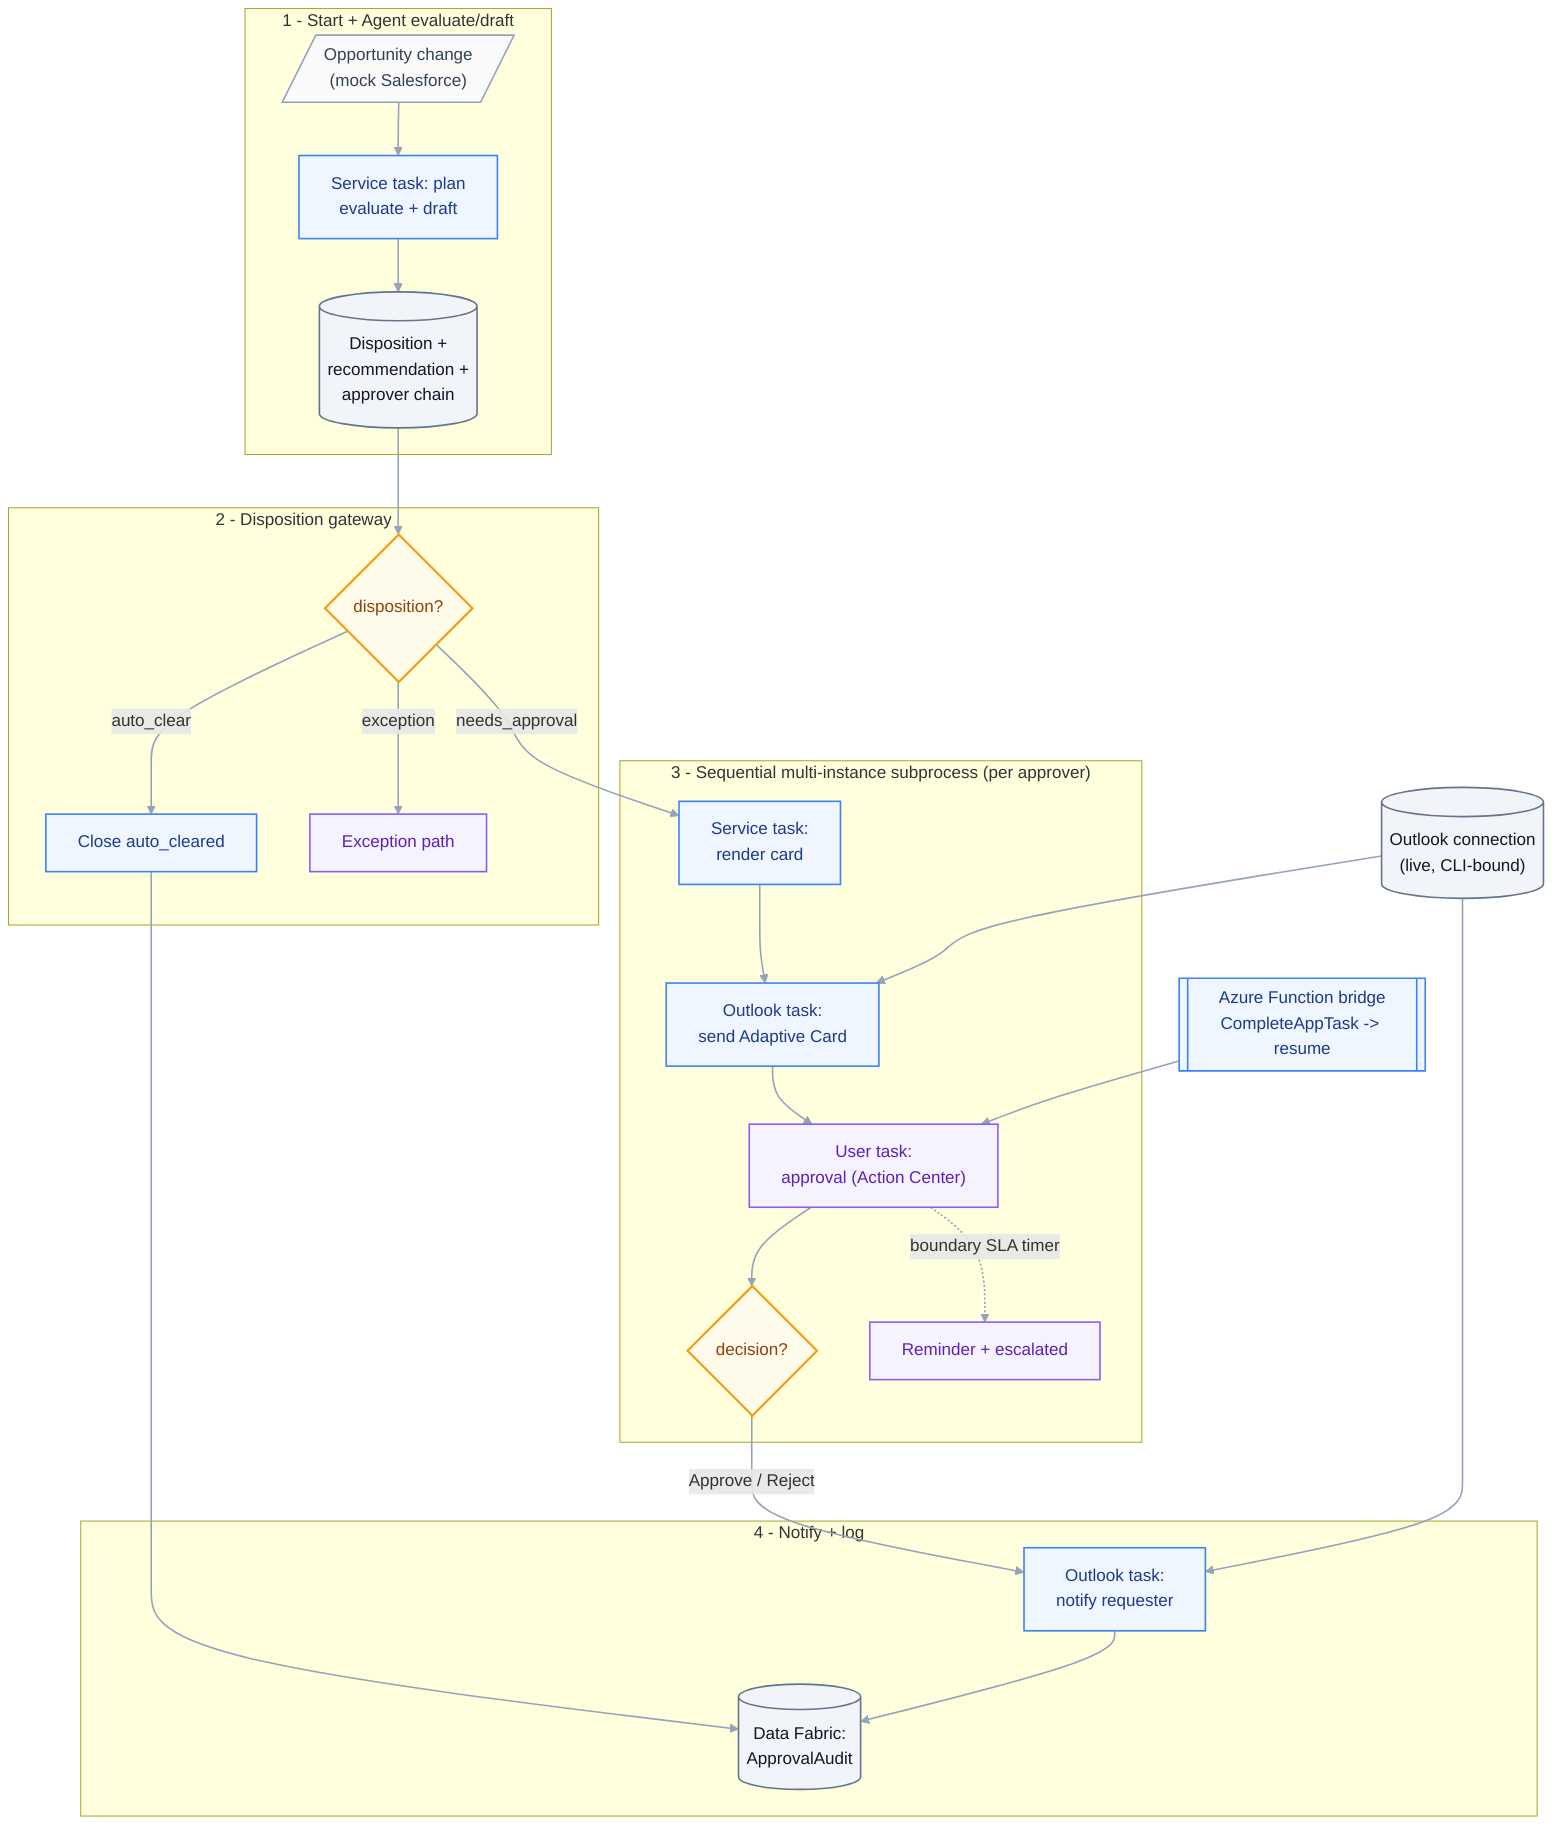
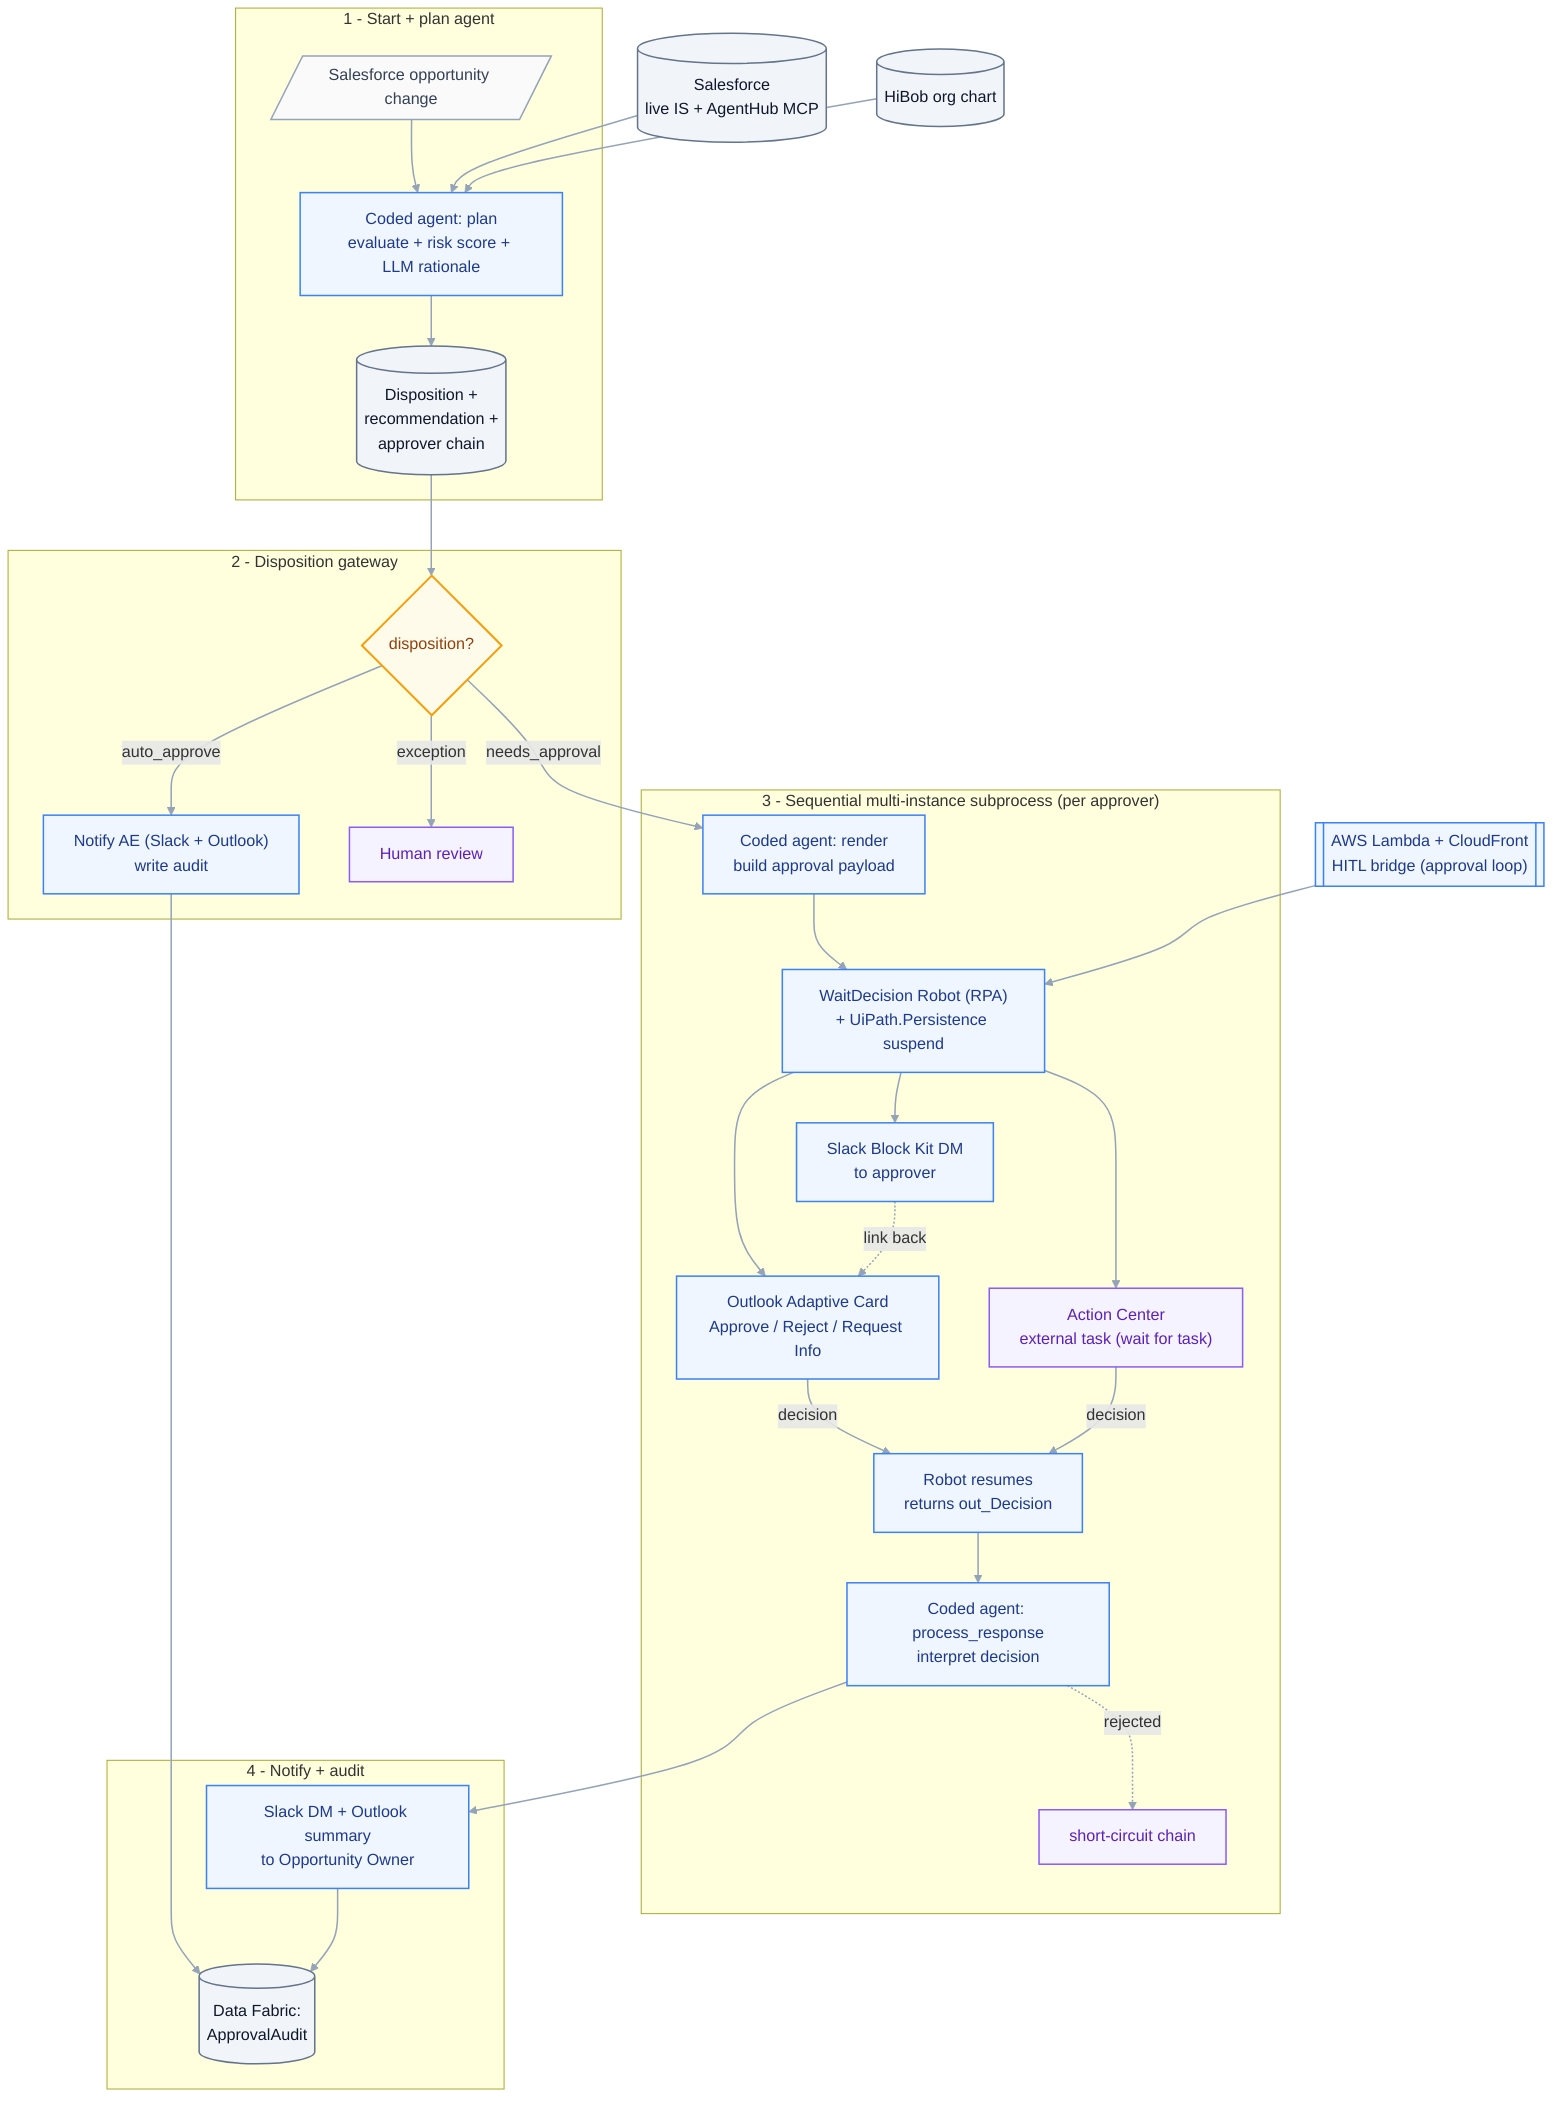
flowchart TB
-   subgraph Intake["1 - Start + Agent evaluate/draft"]
-     Trigger[/"Opportunity change<br/>(mock Salesforce)"/]:::external --> Agent["Service task: plan<br/>evaluate + draft"]:::service
+   subgraph Intake["1 - Start + plan agent"]
+     Trigger[/"Salesforce opportunity change"/]:::external --> Agent["Coded agent: plan<br/>evaluate + risk score + LLM rationale"]:::service
    Agent --> Draft[("Disposition +<br/>recommendation +<br/>approver chain")]:::data
  end
  subgraph Route["2 - Disposition gateway"]
    Draft --> Disp{"disposition?"}:::decision
-     Disp -->|auto_clear| Clear["Close auto_cleared"]:::service
-     Disp -->|exception| Exc["Exception path"]:::human
+     Disp -->|auto_approve| Clear["Notify AE (Slack + Outlook)<br/>write audit"]:::service
+     Disp -->|exception| Exc["Human review"]:::human
  end
  subgraph Loop["3 - Sequential multi-instance subprocess (per approver)"]
-     Disp -->|needs_approval| Render["Service task:<br/>render card"]:::service
-     Render --> SendCard["Outlook task:<br/>send Adaptive Card"]:::service
-     SendCard --> Wait["User task:<br/>approval (Action Center)"]:::human
-     Wait --> Decide{"decision?"}:::decision
-     Wait -.->|boundary SLA timer| Escalate["Reminder + escalated"]:::human
+     Disp -->|needs_approval| Render["Coded agent: render<br/>build approval payload"]:::service
+     Render --> Robot["WaitDecision Robot (RPA)<br/>+ UiPath.Persistence suspend"]:::service
+     Robot --> OutlookCard["Outlook Adaptive Card<br/>Approve / Reject / Request Info"]:::service
+     Robot --> Slack["Slack Block Kit DM<br/>to approver"]:::service
+     Robot --> AC["Action Center<br/>external task (wait for task)"]:::human
+     OutlookCard -->|decision| Resume["Robot resumes<br/>returns out_Decision"]:::service
+     Slack -.->|link back| OutlookCard
+     AC -->|decision| Resume
+     Resume --> ProcResp["Coded agent: process_response<br/>interpret decision"]:::service
+     ProcResp -.->|rejected| Short["short-circuit chain"]:::human
  end
-   subgraph Closeout["4 - Notify + log"]
-     Decide -->|Approve / Reject| Notify["Outlook task:<br/>notify requester"]:::service
+   subgraph Closeout["4 - Notify + audit"]
+     ProcResp --> Notify["Slack DM + Outlook summary<br/>to Opportunity Owner"]:::service
    Clear --> Log[("Data Fabric:<br/>ApprovalAudit")]:::data
    Notify --> Log
  end
-   Conn[("Outlook connection<br/>(live, CLI-bound)")]:::data --> SendCard
-   Conn --> Notify
-   Bridge[["Azure Function bridge<br/>CompleteAppTask -> resume"]]:::service --> Wait
+   SF[("Salesforce<br/>live IS + AgentHub MCP")]:::data --> Agent
+   HiBob[("HiBob org chart")]:::data --> Agent
+   Bridge[["AWS Lambda + CloudFront<br/>HITL bridge (approval loop)"]]:::service --> Robot

  classDef service fill:#EFF6FF,stroke:#3B82F6,color:#1E3A8A,stroke-width:1.5px
  classDef data fill:#F1F5F9,stroke:#64748B,color:#0F172A,stroke-width:1.5px
  classDef decision fill:#FFFBEB,stroke:#F59E0B,color:#92400E,stroke-width:2px
  classDef human fill:#F5F3FF,stroke:#8B5CF6,color:#5B21B6,stroke-width:1.5px
  classDef external fill:#FAFAFA,stroke:#94A3B8,color:#334155,stroke-width:1.5px
  linkStyle default stroke:#94A3B8,stroke-width:1.5px
